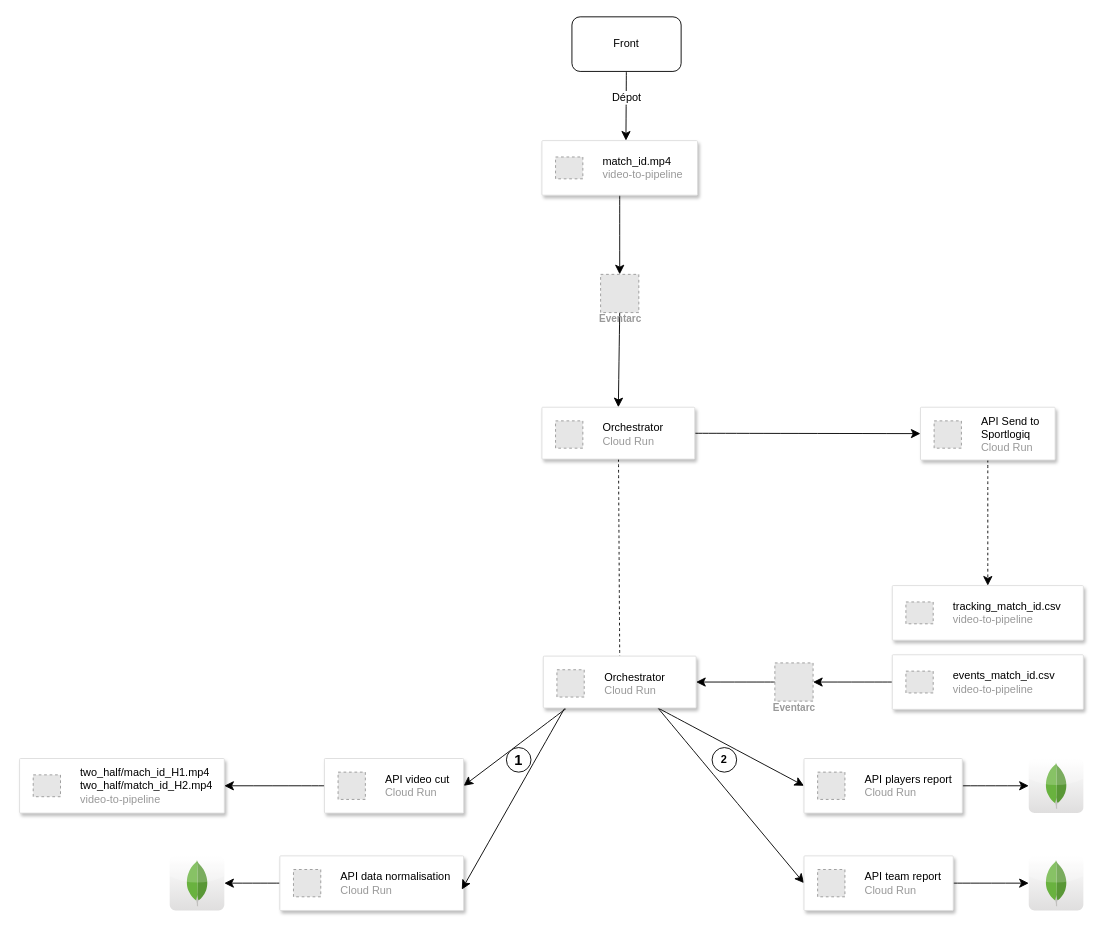
Before: page "Sportlogiq Tracking + Event" (3 of 3) of Untitled Diagram.drawio in clairesecehDS/logo, a draw.io diagram. Source tidied: cells renumbered, new cells numbered last; positions are measured from the earlier drawing's top-left corner, leaving out a move shared by most shapes. Both pictures are drawn from the tidied source at 91%, with x=0, y=0 at pixel (19, 16). Pictures stored in the file or linked from it are replaced by grey dashed boxes.
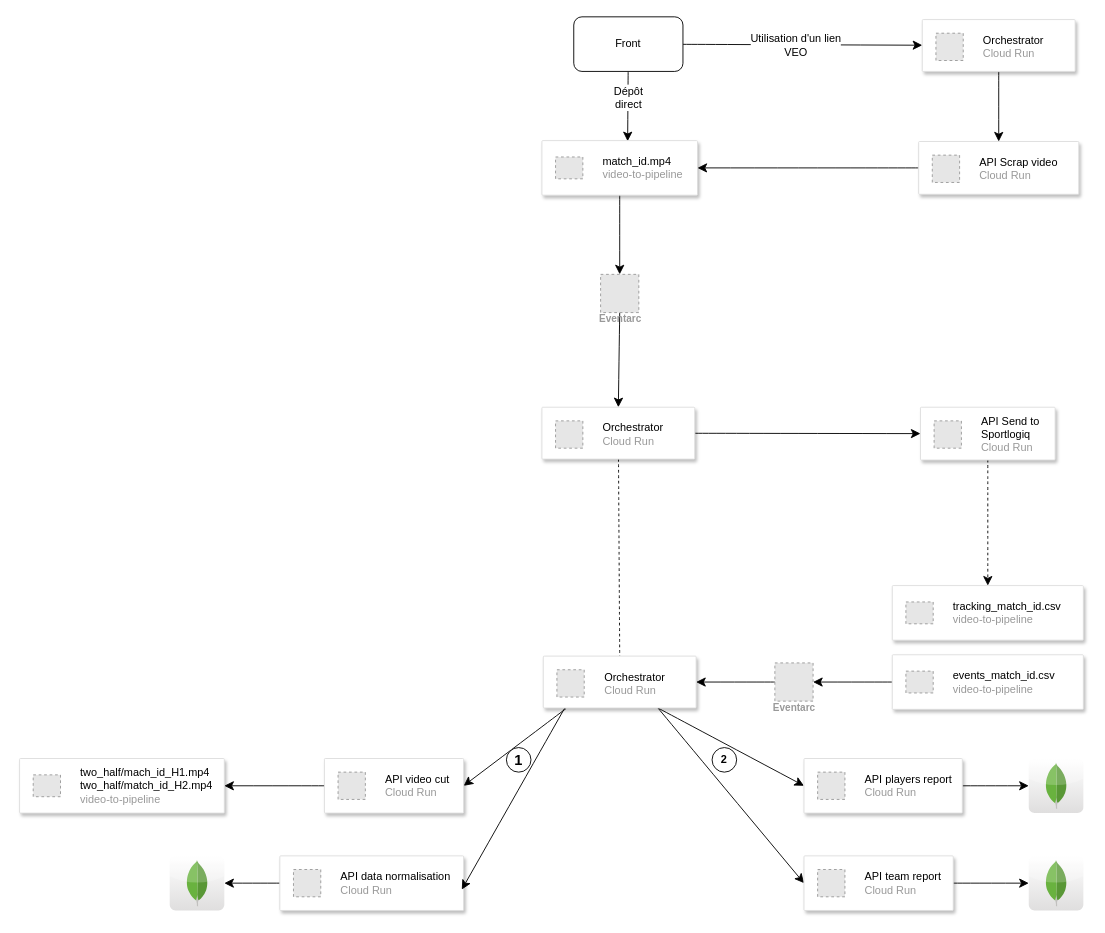
The same page after the edit.

Unchanged cells that the change refers to:
```xml
<mxCell id="6" style="strokeColor=#dddddd;shadow=1;strokeWidth=1;rounded=1;absoluteArcSize=1;arcSize=2;" parent="1" vertex="1">
  <mxGeometry x="574" y="136" width="171" height="60" as="geometry" />
</mxCell>
```

What changed in the source:
```diff
@@
-    <mxCell id="2" style="edgeStyle=none;curved=1;rounded=0;jettySize=auto;html=1;entryX=0.54;entryY=0;entryDx=0;entryDy=0;fontSize=12;startSize=8;endSize=8;entryPerimeter=0;" parent="1" edge="1" source="4" target="6">
+    <mxCell id="2" style="edgeStyle=none;curved=1;rounded=0;jettySize=auto;html=1;entryX=0.551;entryY=0.012;entryDx=0;entryDy=0;fontSize=12;startSize=8;endSize=8;entryPerimeter=0;" parent="1" edge="1" source="4" target="6">
       <mxGeometry relative="1" as="geometry" />
     </mxCell>
-    <mxCell id="3" value="&lt;div&gt;Dépot&lt;/div&gt;" style="edgeLabel;html=1;align=center;verticalAlign=middle;fontSize=12;" parent="2" vertex="1">
+    <mxCell id="3" value="&lt;div align=&quot;center&quot;&gt;Dépôt&lt;/div&gt;&lt;div align=&quot;center&quot;&gt;direct&lt;/div&gt;" style="edgeLabel;html=1;align=center;verticalAlign=middle;fontSize=12;" parent="2" vertex="1">
       <mxGeometry x="-0.32" y="-1" relative="1" as="geometry">
         <mxPoint x="1" y="3" as="offset" />
       </mxGeometry>
     </mxCell>
+    <mxCell id="49" style="edgeStyle=none;curved=1;rounded=0;jettySize=auto;html=1;fontSize=12;startSize=8;endSize=8;" parent="1" edge="1" source="4" target="52">
+      <mxGeometry relative="1" as="geometry" />
+    </mxCell>
+    <mxCell id="50" value="&lt;div&gt;Utilisation d'un lien&lt;/div&gt;&lt;div&gt;VEO&lt;br&gt;&lt;/div&gt;" style="edgeLabel;html=1;align=center;verticalAlign=middle;fontSize=12;" parent="49" vertex="1">
+      <mxGeometry x="0.15" y="-2" relative="1" as="geometry">
+        <mxPoint x="-27" y="-2" as="offset" />
+      </mxGeometry>
+    </mxCell>
     <mxCell id="4" value="Front" style="rounded=1;whiteSpace=wrap;html=1;" parent="1" vertex="1">
-      <mxGeometry x="607" width="120" height="60" as="geometry" />
+      <mxGeometry x="609" width="120" height="60" as="geometry" />
     </mxCell>
@@
+    <mxCell id="51" style="edgeStyle=none;curved=1;rounded=0;jettySize=auto;html=1;entryX=0.5;entryY=0;entryDx=0;entryDy=0;fontSize=12;startSize=8;endSize=8;" parent="1" edge="1" source="52" target="55">
+      <mxGeometry relative="1" as="geometry" />
+    </mxCell>
+    <mxCell id="52" style="strokeColor=#dddddd;shadow=1;strokeWidth=1;rounded=1;absoluteArcSize=1;arcSize=2;" parent="1" vertex="1">
+      <mxGeometry x="992" y="3" width="168" height="57" as="geometry" />
+    </mxCell>
+    <mxCell id="53" value="&lt;font color=&quot;#000000&quot;&gt;Orchestrator&lt;/font&gt;&lt;br&gt;Cloud Run" style="fillColor=#E6E6E6;strokeColor=#999999;dashed=1;html=1;fontColor=#999999;verticalLabelPosition=middle;verticalAlign=middle;labelPosition=right;align=left;spacingLeft=20;" parent="52" vertex="1">
+      <mxGeometry width="30" height="30" relative="1" as="geometry">
+        <mxPoint x="15" y="15" as="offset" />
+      </mxGeometry>
+    </mxCell>
+    <mxCell id="54" style="edgeStyle=none;curved=1;rounded=0;jettySize=auto;html=1;fontSize=12;startSize=8;endSize=8;" parent="1" edge="1" source="55" target="6">
+      <mxGeometry relative="1" as="geometry" />
+    </mxCell>
+    <mxCell id="55" style="strokeColor=#dddddd;shadow=1;strokeWidth=1;rounded=1;absoluteArcSize=1;arcSize=2;" parent="1" vertex="1">
+      <mxGeometry x="988" y="137" width="176" height="58" as="geometry" />
+    </mxCell>
+    <mxCell id="56" value="&lt;div&gt;&lt;font color=&quot;#000000&quot;&gt;API Scrap video&lt;br&gt;&lt;/font&gt;&lt;/div&gt;&lt;div&gt;Cloud Run&lt;/div&gt;" style="fillColor=#E6E6E6;strokeColor=#999999;dashed=1;html=1;fontColor=#999999;verticalLabelPosition=middle;verticalAlign=middle;labelPosition=right;align=left;spacingLeft=20;" parent="55" vertex="1">
+      <mxGeometry width="30" height="30" relative="1" as="geometry">
+        <mxPoint x="15" y="15" as="offset" />
+      </mxGeometry>
+    </mxCell>
```
